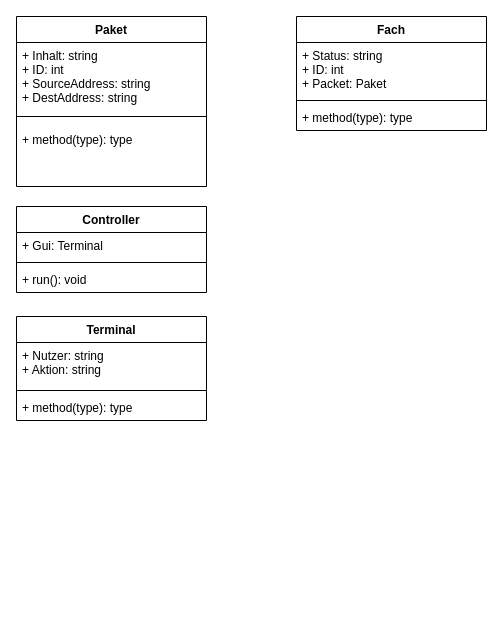
This is UML_Klassendiagramm.drawio from Lektro9/Packstation, a draw.io file, before an edit. Source tidied: cells renumbered, new cells numbered last; positions are measured from the earlier drawing's top-left corner, leaving out a move shared by most shapes. Both pictures are drawn from the tidied source at 100%, with x=0, y=0 at pixel (16, 16).
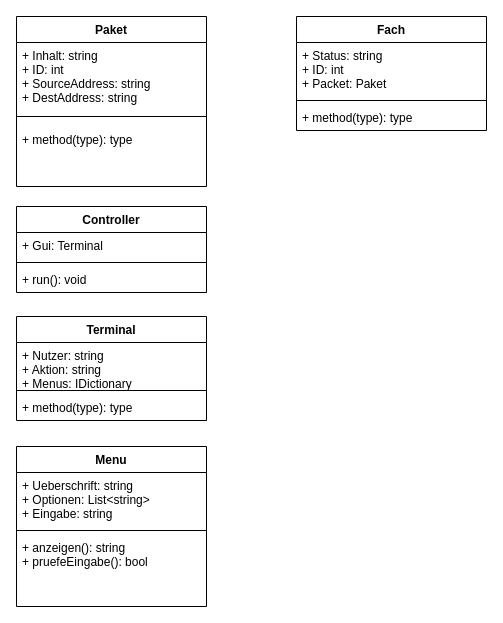
The same page after the edit.

Commit message:
update UML-file somewhat

Unchanged cells that the change refers to:
```xml
<mxCell id="10" value="Terminal" style="swimlane;fontStyle=1;align=center;verticalAlign=top;horizontal=1;startSize=26;" parent="1" vertex="1">
  <mxGeometry y="300" width="190" height="104" as="geometry" />
</mxCell>
```

The edit, as a diff of the source:
```diff
@@
-    <mxCell id="11" value="+ Nutzer: string&#10;+ Aktion: string" style="text;strokeColor=none;fillColor=none;align=left;verticalAlign=top;spacingLeft=4;spacingRight=4;overflow=hidden;" parent="10" vertex="1">
+    <mxCell id="11" value="+ Nutzer: string&#10;+ Aktion: string&#10;+ Menus: IDictionary" style="text;strokeColor=none;fillColor=none;align=left;verticalAlign=top;spacingLeft=4;spacingRight=4;overflow=hidden;" parent="10" vertex="1">
       <mxGeometry y="26" width="190" height="44" as="geometry" />
     </mxCell>
@@
+    <mxCell id="18" value="Menu" style="swimlane;fontStyle=1;align=center;verticalAlign=top;horizontal=1;startSize=26;" parent="1" vertex="1">
+      <mxGeometry y="430" width="190" height="160" as="geometry" />
+    </mxCell>
+    <mxCell id="19" value="+ Ueberschrift: string&#10;+ Optionen: List&lt;string&gt;&#10;+ Eingabe: string" style="text;strokeColor=none;fillColor=none;align=left;verticalAlign=top;spacingLeft=4;spacingRight=4;overflow=hidden;" parent="18" vertex="1">
+      <mxGeometry y="26" width="190" height="54" as="geometry" />
+    </mxCell>
+    <mxCell id="20" style="line;strokeWidth=1;fillColor=none;align=left;verticalAlign=middle;spacingTop=-1;spacingLeft=3;spacingRight=3;labelPosition=right;" parent="18" vertex="1">
+      <mxGeometry y="80" width="190" height="8" as="geometry" />
+    </mxCell>
+    <mxCell id="21" value="+ anzeigen(): string&#10;+ pruefeEingabe(): bool" style="text;strokeColor=none;fillColor=none;align=left;verticalAlign=top;spacingLeft=4;spacingRight=4;overflow=hidden;" parent="18" vertex="1">
+      <mxGeometry y="88" width="190" height="72" as="geometry" />
+    </mxCell>
```
